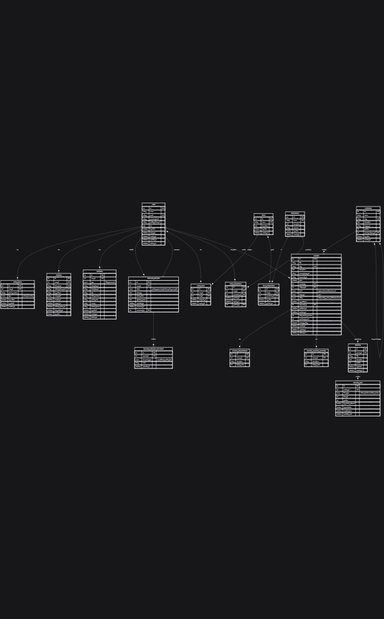
A7MED-SA/FinalProject_BackEnd keeps this Mermaid diagram as ERD/Logical ERD User & Course.png. Above is the earlier version. Its source is kept beside it as ERD/Logical ERD User & Course.mmd. The source it was exported from:
```mermaid
erDiagram
    USER {
        int id PK
        string name
        string email UK
        string password_hash
        string profile_picture_url
        text bio
        boolean is_active
        datetime last_login
        datetime created_at
        datetime updated_at
        datetime deleted_at
    }

    USER_PHONE {
        int id PK
        int user_id FK
        string phone_number
        enum type "primary,secondary"
        boolean is_verified
        boolean is_default
        datetime created_at
    }

    SESSION {
        int id PK
        int user_id FK
        string token_hash UK
        string refresh_token_hash UK
        string ip_address
        string user_agent
        datetime created_at
        datetime expires_at
        datetime refresh_expires_at
        datetime last_activity_at
        boolean is_active
    }

    ADDRESS {
        int id PK
        int user_id FK
        enum type "billing,home,work"
        string street_line_1
        string street_line_2
        string city
        string state_province
        string postal_code
        string country
        string contact_phone
        boolean is_default
        datetime created_at
        datetime deleted_at
    }

    TEACHER_REQUEST {
        int id PK
        int user_id FK
        enum status "pending,approved,rejected,requires_more_info"
        text message
        text admin_notes
        text rejection_reason
        datetime submitted_at
        datetime processed_at
        int processed_by FK
    }

    TEACHER_REQUEST_DOCUMENT {
        int id PK
        int request_id FK
        enum document_type "cv,certificate,portfolio_link"
        string value
        datetime uploaded_at
    }

    ROLE {
        int id PK
        string name UK
        text description
        boolean is_active
        datetime created_at
    }

    PERMISSION {
        int id PK
        string name UK
        text description
        string resource
        boolean is_active
        datetime created_at
    }

    ROLE_PERMISSION {
        int id PK
        int role_id FK
        int permission_id FK
        boolean is_active
        datetime granted_at
    }

    USER_ROLE {
        int id PK
        int user_id FK
        int role_id FK
        datetime assigned_at
        datetime expires_at
    }

    USER_PERMISSION {
        int id PK
        int user_id FK
        int permission_id FK
        datetime granted_at
        datetime expires_at
        int granted_by FK
    }

    CATEGORY {
        int id PK
        string name
        string slug UK
        text description
        string image_url
        int position
        int parent_category_id FK
        boolean is_active
        datetime created_at
    }

    COURSE {
        int id PK
        string title
        string slug UK
        text description
        string course_image_url
        string thumbnail_url
        decimal price
        int created_by FK
        int category_id FK
        enum level "beginner,intermediate,advanced"
        enum language "ar,en"
        enum status "draft,pending_review,published,archived"
        boolean is_published
        int approved_by FK
        datetime published_at
        datetime archived_at
        int total_duration_minutes
        int enrollment_count
        decimal average_rating
        datetime created_at
        datetime updated_at
        datetime deleted_at
    }

    COURSE_REQUIREMENT {
        int id PK
        int course_id FK
        string description
        int display_order
    }

    COURSE_LEARNING_OUTCOME {
        int id PK
        int course_id FK
        string description
        int display_order
    }

    SECTION {
        int id PK
        int course_id FK
        string title
        text description
        int position
        boolean is_locked
        datetime created_at
    }

    SECTION_ITEM {
        int id PK
        int section_id FK
        enum item_type "video,quiz,document,live_session"
        int item_id
        int position
        boolean is_preview_allowed
        boolean is_mandatory
        datetime available_from
        datetime available_until
    }

    USER ||--o{ USER_PHONE : has
    USER ||--o{ SESSION : has
    USER ||--o{ ADDRESS : has
    USER ||--o{ TEACHER_REQUEST : submits
    USER ||--|| TEACHER_REQUEST : processes
    TEACHER_REQUEST ||--o{ TEACHER_REQUEST_DOCUMENT : includes

    USER }o--o{ USER_ROLE : "has"
    ROLE ||--o{ USER_ROLE : assigns
    ROLE }o--o{ ROLE_PERMISSION : grants
    PERMISSION ||--o{ ROLE_PERMISSION : in
    USER ||--o{ USER_PERMISSION : has_direct
    PERMISSION ||--o{ USER_PERMISSION : granted_to

    CATEGORY ||--o{ COURSE : includes
    CATEGORY }o--o{ CATEGORY : has_subcategory
    USER ||--o{ COURSE : creates
    COURSE ||--o{ COURSE_REQUIREMENT : has
    COURSE ||--o{ COURSE_LEARNING_OUTCOME : has
    COURSE ||--o{ SECTION : organized_in
    SECTION ||--o{ SECTION_ITEM : contains
```
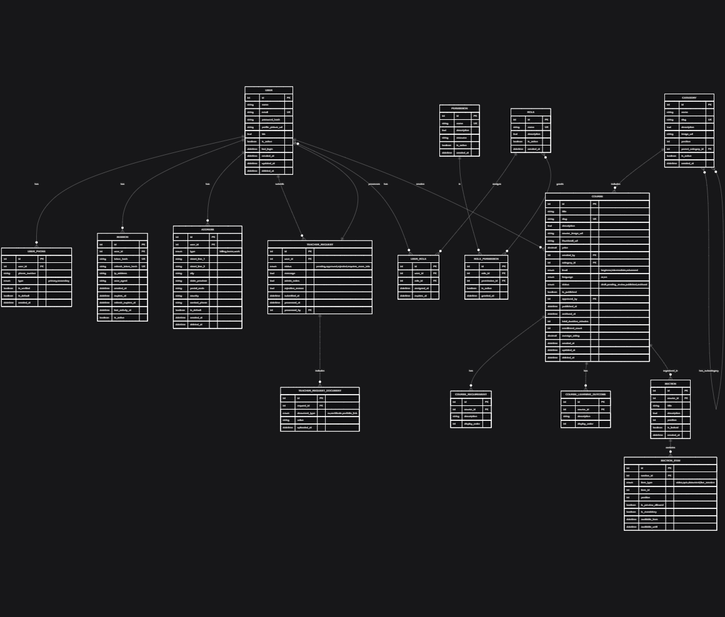
After the commit.

Diff of the diagram source:
```diff
@@ -1,6 +1,6 @@
 erDiagram
     USER {
-        int id PK
+        guid id PK
         string name
         string email UK
         string password_hash
@@ -14,8 +14,8 @@
     }
 
     USER_PHONE {
-        int id PK
-        int user_id FK
+        guid id PK
+        guid user_id FK
         string phone_number
         enum type "primary,secondary"
         boolean is_verified
@@ -24,8 +24,8 @@
     }
 
     SESSION {
-        int id PK
-        int user_id FK
+        guid id PK
+        guid user_id FK
         string token_hash UK
         string refresh_token_hash UK
         string ip_address
@@ -38,8 +38,8 @@
     }
 
     ADDRESS {
-        int id PK
-        int user_id FK
+        guid id PK
+        guid user_id FK
         enum type "billing,home,work"
         string street_line_1
         string street_line_2
@@ -54,27 +54,27 @@
     }
 
     TEACHER_REQUEST {
-        int id PK
-        int user_id FK
+        guid id PK
+        guid user_id FK
         enum status "pending,approved,rejected,requires_more_info"
         text message
         text admin_notes
         text rejection_reason
         datetime submitted_at
         datetime processed_at
-        int processed_by FK
+        guid processed_by FK
     }
 
     TEACHER_REQUEST_DOCUMENT {
-        int id PK
-        int request_id FK
+        guid id PK
+        guid request_id FK
         enum document_type "cv,certificate,portfolio_link"
         string value
         datetime uploaded_at
     }
 
     ROLE {
-        int id PK
+        guid id PK
         string name UK
         text description
         boolean is_active
@@ -82,7 +82,7 @@
     }
 
     PERMISSION {
-        int id PK
+        guid id PK
         string name UK
         text description
         string resource
@@ -91,57 +91,48 @@
     }
 
     ROLE_PERMISSION {
-        int id PK
-        int role_id FK
-        int permission_id FK
+        guid id PK
+        guid role_id FK
+        guid permission_id FK
         boolean is_active
         datetime granted_at
     }
 
     USER_ROLE {
-        int id PK
-        int user_id FK
-        int role_id FK
+        guid id PK
+        guid user_id FK
+        guid role_id FK
         datetime assigned_at
         datetime expires_at
     }
 
-    USER_PERMISSION {
-        int id PK
-        int user_id FK
-        int permission_id FK
-        datetime granted_at
-        datetime expires_at
-        int granted_by FK
-    }
-
     CATEGORY {
-        int id PK
+        guid id PK
         string name
         string slug UK
         text description
         string image_url
         int position
-        int parent_category_id FK
+        guid parent_category_id FK
         boolean is_active
         datetime created_at
     }
 
     COURSE {
-        int id PK
+        guid id PK
         string title
         string slug UK
         text description
         string course_image_url
         string thumbnail_url
         decimal price
-        int created_by FK
-        int category_id FK
+        guid created_by FK
+        guid category_id FK
         enum level "beginner,intermediate,advanced"
         enum language "ar,en"
         enum status "draft,pending_review,published,archived"
         boolean is_published
-        int approved_by FK
+        guid approved_by FK
         datetime published_at
         datetime archived_at
         int total_duration_minutes
@@ -153,22 +144,22 @@
     }
 
     COURSE_REQUIREMENT {
-        int id PK
-        int course_id FK
+        guid id PK
+        guid course_id FK
         string description
         int display_order
     }
 
     COURSE_LEARNING_OUTCOME {
-        int id PK
-        int course_id FK
+        guid id PK
+        guid course_id FK
         string description
         int display_order
     }
 
     SECTION {
-        int id PK
-        int course_id FK
+        guid id PK
+        guid course_id FK
         string title
         text description
         int position
@@ -177,8 +168,8 @@
     }
 
     SECTION_ITEM {
-        int id PK
-        int section_id FK
+        guid id PK
+        guid section_id FK
         enum item_type "video,quiz,document,live_session"
         int item_id
         int position
@@ -199,8 +190,6 @@
     ROLE ||--o{ USER_ROLE : assigns
     ROLE }o--o{ ROLE_PERMISSION : grants
     PERMISSION ||--o{ ROLE_PERMISSION : in
-    USER ||--o{ USER_PERMISSION : has_direct
-    PERMISSION ||--o{ USER_PERMISSION : granted_to
 
     CATEGORY ||--o{ COURSE : includes
     CATEGORY }o--o{ CATEGORY : has_subcategory
```
